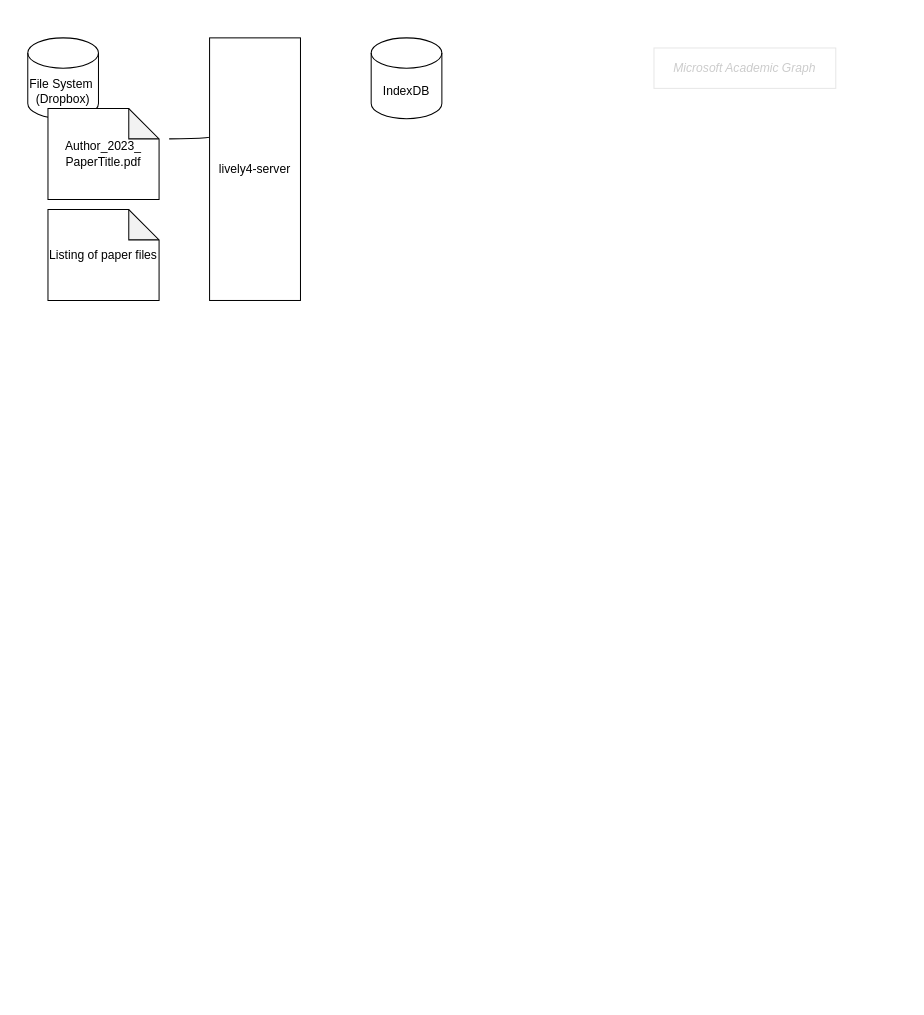
The draw.io diagram doc/literature/literature.drawio in LivelyKernel/lively4-core, before the edit. Source tidied: cells renumbered, new cells numbered last; positions are measured from the earlier drawing's top-left corner, leaving out a move shared by most shapes. Both pictures are drawn from the tidied source at 101%, with x=0, y=0 at pixel (27, 37).
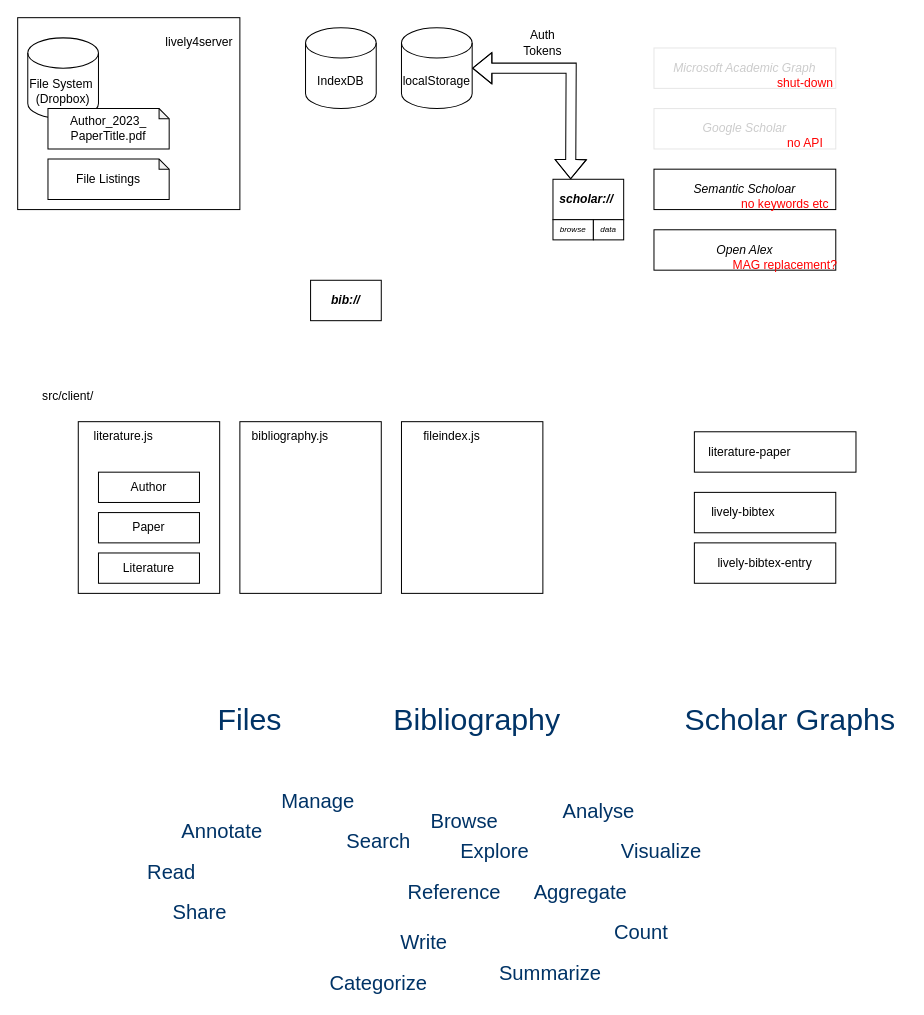
The same diagram, later.

The edit, as a diff of the source:
```diff
@@
+    <mxCell id="6" style="rounded=0;whiteSpace=wrap;html=1;" parent="1" vertex="1">
+      <mxGeometry x="-10" y="-20" width="220" height="190" as="geometry" />
+    </mxCell>
@@
-    <mxCell id="3" value="Author_2023_&lt;br&gt;PaperTitle.pdf" style="shape=note;whiteSpace=wrap;html=1;backgroundOutline=1;darkOpacity=0.05;" parent="1" vertex="1">
-      <mxGeometry x="20" y="70" width="110" height="90" as="geometry" />
+    <mxCell id="3" value="Author_2023_&lt;br&gt;PaperTitle.pdf" style="shape=note;whiteSpace=wrap;html=1;backgroundOutline=1;darkOpacity=0.05;size=10;" parent="1" vertex="1">
+      <mxGeometry x="20" y="70" width="120" height="40" as="geometry" />
     </mxCell>
-    <mxCell id="4" value="Listing of paper files" style="shape=note;whiteSpace=wrap;html=1;backgroundOutline=1;darkOpacity=0.05;" parent="1" vertex="1">
-      <mxGeometry x="20" y="170" width="110" height="90" as="geometry" />
+    <mxCell id="4" value="File Listings" style="shape=note;whiteSpace=wrap;html=1;backgroundOutline=1;darkOpacity=0.05;size=10;" parent="1" vertex="1">
+      <mxGeometry x="20" y="120" width="120" height="40" as="geometry" />
     </mxCell>
-    <mxCell id="5" style="curved=1;endArrow=classic;html=1;rounded=0;" parent="1" edge="1" target="6">
-      <mxGeometry relative="1" as="geometry">
-        <mxPoint x="140" y="100" as="sourcePoint" />
-        <Array as="points">
-          <mxPoint x="190" y="100" />
-        </Array>
-      </mxGeometry>
-    </mxCell>
-    <mxCell id="6" value="lively4-server" style="rounded=0;whiteSpace=wrap;html=1;" parent="1" vertex="1">
-      <mxGeometry x="180" width="90" height="260" as="geometry" />
-    </mxCell>
     <mxCell id="7" value="IndexDB" style="shape=cylinder3;whiteSpace=wrap;html=1;boundedLbl=1;backgroundOutline=1;size=15;" parent="1" vertex="1">
-      <mxGeometry x="340" width="70" height="80" as="geometry" />
+      <mxGeometry x="275" y="-10" width="70" height="80" as="geometry" />
     </mxCell>
@@
+    <mxCell id="9" value="lively4server" style="text;html=1;strokeColor=none;fillColor=none;align=center;verticalAlign=middle;whiteSpace=wrap;rounded=0;" parent="1" vertex="1">
+      <mxGeometry x="140" y="-10" width="60" height="30" as="geometry" />
+    </mxCell>
+    <mxCell id="10" style="rounded=0;whiteSpace=wrap;html=1;" parent="1" vertex="1">
+      <mxGeometry x="50" y="380" width="140" height="170" as="geometry" />
+    </mxCell>
+    <mxCell id="11" value="literature.js" style="text;html=1;strokeColor=none;fillColor=none;align=center;verticalAlign=middle;whiteSpace=wrap;rounded=0;" parent="1" vertex="1">
+      <mxGeometry x="50" y="380" width="90" height="30" as="geometry" />
+    </mxCell>
+    <mxCell id="12" value="Author" style="rounded=0;whiteSpace=wrap;html=1;" parent="1" vertex="1">
+      <mxGeometry x="70" y="430" width="100" height="30" as="geometry" />
+    </mxCell>
+    <mxCell id="13" value="Paper" style="rounded=0;whiteSpace=wrap;html=1;" parent="1" vertex="1">
+      <mxGeometry x="70" y="470" width="100" height="30" as="geometry" />
+    </mxCell>
+    <mxCell id="14" value="Literature" style="rounded=0;whiteSpace=wrap;html=1;" parent="1" vertex="1">
+      <mxGeometry x="70" y="510" width="100" height="30" as="geometry" />
+    </mxCell>
+    <mxCell id="15" value="&lt;i&gt;Semantic Scholoar&lt;/i&gt;" style="rounded=0;whiteSpace=wrap;html=1;strokeColor=#000000;fontColor=#000000;" parent="1" vertex="1">
+      <mxGeometry x="620" y="130" width="180" height="40" as="geometry" />
+    </mxCell>
+    <mxCell id="16" value="&lt;i&gt;Google Scholar&lt;/i&gt;" style="rounded=0;whiteSpace=wrap;html=1;strokeColor=#E6E6E6;fontColor=#CCCCCC;" parent="1" vertex="1">
+      <mxGeometry x="620" y="70" width="180" height="40" as="geometry" />
+    </mxCell>
+    <mxCell id="17" value="shut-down" style="text;html=1;strokeColor=none;fillColor=none;align=center;verticalAlign=middle;whiteSpace=wrap;rounded=0;fontColor=#FF0000;" parent="1" vertex="1">
+      <mxGeometry x="740" y="30" width="60" height="30" as="geometry" />
+    </mxCell>
+    <mxCell id="18" value="no API" style="text;html=1;strokeColor=none;fillColor=none;align=center;verticalAlign=middle;whiteSpace=wrap;rounded=0;fontColor=#FF0000;" parent="1" vertex="1">
+      <mxGeometry x="740" y="90" width="60" height="30" as="geometry" />
+    </mxCell>
+    <mxCell id="19" value="&lt;i&gt;Open Alex&lt;/i&gt;" style="rounded=0;whiteSpace=wrap;html=1;strokeColor=#000000;fontColor=#000000;" parent="1" vertex="1">
+      <mxGeometry x="620" y="190" width="180" height="40" as="geometry" />
+    </mxCell>
+    <mxCell id="20" value="MAG replacement?" style="text;html=1;strokeColor=none;fillColor=none;align=center;verticalAlign=middle;whiteSpace=wrap;rounded=0;fontColor=#FF0000;" parent="1" vertex="1">
+      <mxGeometry x="690" y="210" width="120" height="30" as="geometry" />
+    </mxCell>
+    <mxCell id="21" value="no keywords etc" style="text;html=1;strokeColor=none;fillColor=none;align=center;verticalAlign=middle;whiteSpace=wrap;rounded=0;fontColor=#FF0000;" parent="1" vertex="1">
+      <mxGeometry x="690" y="150" width="120" height="30" as="geometry" />
+    </mxCell>
+    <mxCell id="22" value="&lt;i&gt;&lt;b&gt;scholar://&lt;/b&gt;&amp;nbsp;&lt;/i&gt;" style="rounded=0;whiteSpace=wrap;html=1;strokeColor=#000000;fontColor=#000000;" parent="1" vertex="1">
+      <mxGeometry x="520" y="140" width="70" height="40" as="geometry" />
+    </mxCell>
+    <mxCell id="23" style="shape=flexArrow;endArrow=classic;startArrow=classic;html=1;rounded=0;exitX=1;exitY=0.5;exitDx=0;exitDy=0;exitPerimeter=0;entryX=0.25;entryY=0;entryDx=0;entryDy=0;" parent="1" edge="1" source="24" target="22">
+      <mxGeometry relative="1" as="geometry">
+        <Array as="points">
+          <mxPoint x="538" y="30" />
+        </Array>
+      </mxGeometry>
+    </mxCell>
+    <mxCell id="24" value="localStorage" style="shape=cylinder3;whiteSpace=wrap;html=1;boundedLbl=1;backgroundOutline=1;size=15;" parent="1" vertex="1">
+      <mxGeometry x="370" y="-10" width="70" height="80" as="geometry" />
+    </mxCell>
+    <mxCell id="25" value="Auth &lt;br&gt;Tokens" style="text;html=1;strokeColor=none;fillColor=none;align=center;verticalAlign=middle;whiteSpace=wrap;rounded=0;" parent="1" vertex="1">
+      <mxGeometry x="480" y="-10" width="60" height="30" as="geometry" />
+    </mxCell>
+    <mxCell id="26" value="&lt;i&gt;&lt;b&gt;bib://&lt;/b&gt;&lt;br&gt;&lt;/i&gt;" style="rounded=0;whiteSpace=wrap;html=1;strokeColor=#000000;fontColor=#000000;" parent="1" vertex="1">
+      <mxGeometry x="280" y="240" width="70" height="40" as="geometry" />
+    </mxCell>
+    <mxCell id="27" value="src/client/" style="text;html=1;strokeColor=none;fillColor=none;align=center;verticalAlign=middle;whiteSpace=wrap;rounded=0;" parent="1" vertex="1">
+      <mxGeometry x="10" y="340" width="60" height="30" as="geometry" />
+    </mxCell>
+    <mxCell id="28" style="rounded=0;whiteSpace=wrap;html=1;" parent="1" vertex="1">
+      <mxGeometry x="210" y="380" width="140" height="170" as="geometry" />
+    </mxCell>
+    <mxCell id="29" value="bibliography.js" style="text;html=1;strokeColor=none;fillColor=none;align=center;verticalAlign=middle;whiteSpace=wrap;rounded=0;" parent="1" vertex="1">
+      <mxGeometry x="210" y="380" width="100" height="30" as="geometry" />
+    </mxCell>
+    <mxCell id="30" style="group;" parent="1" vertex="1">
+      <mxGeometry x="660" y="390" width="160" height="40" as="geometry" />
+    </mxCell>
+    <mxCell id="31" style="rounded=0;whiteSpace=wrap;html=1;" parent="30" vertex="1">
+      <mxGeometry width="160" height="40" as="geometry" />
+    </mxCell>
+    <mxCell id="32" value="literature-paper" style="text;html=1;strokeColor=none;fillColor=none;align=center;verticalAlign=middle;whiteSpace=wrap;rounded=0;" parent="30" vertex="1">
+      <mxGeometry x="10" y="10" width="90" height="20" as="geometry" />
+    </mxCell>
+    <mxCell id="33" style="group;" parent="1" vertex="1">
+      <mxGeometry x="660" y="450" width="140" height="40" as="geometry" />
+    </mxCell>
+    <mxCell id="34" style="rounded=0;whiteSpace=wrap;html=1;" parent="33" vertex="1">
+      <mxGeometry width="140" height="40" as="geometry" />
+    </mxCell>
+    <mxCell id="35" value="lively-bibtex" style="text;html=1;strokeColor=none;fillColor=none;align=center;verticalAlign=middle;whiteSpace=wrap;rounded=0;" parent="33" vertex="1">
+      <mxGeometry x="8.8" y="10" width="78.8" height="20" as="geometry" />
+    </mxCell>
+    <mxCell id="36" value="&lt;i style=&quot;font-size: 8px;&quot;&gt;browse&lt;/i&gt;" style="rounded=0;whiteSpace=wrap;html=1;strokeColor=#000000;fontColor=#000000;fontSize=8;" parent="1" vertex="1">
+      <mxGeometry x="520" y="180" width="40" height="20" as="geometry" />
+    </mxCell>
+    <mxCell id="37" value="&lt;i style=&quot;font-size: 8px;&quot;&gt;data&lt;/i&gt;" style="rounded=0;whiteSpace=wrap;html=1;strokeColor=#000000;fontColor=#000000;fontSize=8;" parent="1" vertex="1">
+      <mxGeometry x="560" y="180" width="30" height="20" as="geometry" />
+    </mxCell>
+    <mxCell id="38" style="group;" parent="1" vertex="1">
+      <mxGeometry x="660" y="500" width="140" height="40" as="geometry" />
+    </mxCell>
+    <mxCell id="39" style="rounded=0;whiteSpace=wrap;html=1;" parent="38" vertex="1">
+      <mxGeometry width="140" height="40" as="geometry" />
+    </mxCell>
+    <mxCell id="40" value="lively-bibtex-entry" style="text;html=1;strokeColor=none;fillColor=none;align=center;verticalAlign=middle;whiteSpace=wrap;rounded=0;" parent="38" vertex="1">
+      <mxGeometry y="10" width="140" height="20" as="geometry" />
+    </mxCell>
+    <mxCell id="41" style="rounded=0;whiteSpace=wrap;html=1;" parent="1" vertex="1">
+      <mxGeometry x="370" y="380" width="140" height="170" as="geometry" />
+    </mxCell>
+    <mxCell id="42" value="fileindex.js" style="text;html=1;strokeColor=none;fillColor=none;align=center;verticalAlign=middle;whiteSpace=wrap;rounded=0;" parent="1" vertex="1">
+      <mxGeometry x="370" y="380" width="100" height="30" as="geometry" />
+    </mxCell>
+    <mxCell id="43" value="&lt;span style=&quot;font-size: 30px; font-weight: normal;&quot;&gt;Files&lt;/span&gt;" style="text;html=1;strokeColor=none;fillColor=none;align=center;verticalAlign=middle;whiteSpace=wrap;rounded=0;fontSize=30;fontStyle=1;fontColor=#003366;" parent="1" vertex="1">
+      <mxGeometry x="190" y="660" width="60" height="30" as="geometry" />
+    </mxCell>
+    <mxCell id="44" value="&lt;span style=&quot;font-size: 30px; font-weight: normal;&quot;&gt;Bibliography&lt;/span&gt;" style="text;html=1;strokeColor=none;fillColor=none;align=center;verticalAlign=middle;whiteSpace=wrap;rounded=0;fontSize=30;fontStyle=1;fontColor=#003366;" parent="1" vertex="1">
+      <mxGeometry x="360" y="660" width="170" height="30" as="geometry" />
+    </mxCell>
+    <mxCell id="45" value="&lt;span style=&quot;font-size: 30px; font-weight: normal;&quot;&gt;Scholar Graphs&lt;/span&gt;" style="text;html=1;strokeColor=none;fillColor=none;align=center;verticalAlign=middle;whiteSpace=wrap;rounded=0;fontSize=30;fontStyle=1;fontColor=#003366;" parent="1" vertex="1">
+      <mxGeometry x="640" y="660" width="230" height="30" as="geometry" />
+    </mxCell>
+    <mxCell id="46" value="&lt;span style=&quot;font-size: 20px; font-weight: normal;&quot;&gt;Browse&lt;/span&gt;" style="text;html=1;strokeColor=none;fillColor=none;align=center;verticalAlign=middle;whiteSpace=wrap;rounded=0;fontSize=20;fontStyle=1;fontColor=#003366;" parent="1" vertex="1">
+      <mxGeometry x="385" y="760" width="95" height="30" as="geometry" />
+    </mxCell>
+    <mxCell id="47" value="&lt;span style=&quot;font-size: 20px; font-weight: normal;&quot;&gt;Explore&lt;/span&gt;" style="text;html=1;strokeColor=none;fillColor=none;align=center;verticalAlign=middle;whiteSpace=wrap;rounded=0;fontSize=20;fontStyle=1;fontColor=#003366;" parent="1" vertex="1">
+      <mxGeometry x="415" y="790" width="95" height="30" as="geometry" />
+    </mxCell>
+    <mxCell id="48" value="&lt;span style=&quot;font-size: 20px; font-weight: normal;&quot;&gt;Analyse&lt;/span&gt;" style="text;html=1;strokeColor=none;fillColor=none;align=center;verticalAlign=middle;whiteSpace=wrap;rounded=0;fontSize=20;fontStyle=1;fontColor=#003366;" parent="1" vertex="1">
+      <mxGeometry x="517.5" y="750" width="95" height="30" as="geometry" />
+    </mxCell>
+    <mxCell id="49" value="&lt;span style=&quot;font-size: 20px; font-weight: normal;&quot;&gt;Visualize&lt;/span&gt;" style="text;html=1;strokeColor=none;fillColor=none;align=center;verticalAlign=middle;whiteSpace=wrap;rounded=0;fontSize=20;fontStyle=1;fontColor=#003366;" parent="1" vertex="1">
+      <mxGeometry x="580" y="790" width="95" height="30" as="geometry" />
+    </mxCell>
+    <mxCell id="50" value="&lt;span style=&quot;font-size: 20px; font-weight: normal;&quot;&gt;Aggregate&lt;/span&gt;" style="text;html=1;strokeColor=none;fillColor=none;align=center;verticalAlign=middle;whiteSpace=wrap;rounded=0;fontSize=20;fontStyle=1;fontColor=#003366;" parent="1" vertex="1">
+      <mxGeometry x="500" y="830" width="95" height="30" as="geometry" />
+    </mxCell>
+    <mxCell id="51" value="&lt;span style=&quot;font-size: 20px; font-weight: normal;&quot;&gt;Reference&lt;/span&gt;" style="text;html=1;strokeColor=none;fillColor=none;align=center;verticalAlign=middle;whiteSpace=wrap;rounded=0;fontSize=20;fontStyle=1;fontColor=#003366;" parent="1" vertex="1">
+      <mxGeometry x="375" y="830" width="95" height="30" as="geometry" />
+    </mxCell>
+    <mxCell id="52" value="&lt;span style=&quot;font-size: 20px; font-weight: normal;&quot;&gt;Search&lt;/span&gt;" style="text;html=1;strokeColor=none;fillColor=none;align=center;verticalAlign=middle;whiteSpace=wrap;rounded=0;fontSize=20;fontStyle=1;fontColor=#003366;" parent="1" vertex="1">
+      <mxGeometry x="300" y="780" width="95" height="30" as="geometry" />
+    </mxCell>
+    <mxCell id="53" value="&lt;span style=&quot;font-size: 20px; font-weight: normal;&quot;&gt;Manage&lt;/span&gt;" style="text;html=1;strokeColor=none;fillColor=none;align=center;verticalAlign=middle;whiteSpace=wrap;rounded=0;fontSize=20;fontStyle=1;fontColor=#003366;" parent="1" vertex="1">
+      <mxGeometry x="240" y="740" width="95" height="30" as="geometry" />
+    </mxCell>
+    <mxCell id="54" value="&lt;span style=&quot;font-size: 20px; font-weight: normal;&quot;&gt;Read&lt;/span&gt;" style="text;html=1;strokeColor=none;fillColor=none;align=center;verticalAlign=middle;whiteSpace=wrap;rounded=0;fontSize=20;fontStyle=1;fontColor=#003366;" parent="1" vertex="1">
+      <mxGeometry x="95" y="810" width="95" height="30" as="geometry" />
+    </mxCell>
+    <mxCell id="55" value="&lt;span style=&quot;font-size: 20px; font-weight: normal;&quot;&gt;Annotate&lt;/span&gt;" style="text;html=1;strokeColor=none;fillColor=none;align=center;verticalAlign=middle;whiteSpace=wrap;rounded=0;fontSize=20;fontStyle=1;fontColor=#003366;" parent="1" vertex="1">
+      <mxGeometry x="145" y="770" width="95" height="30" as="geometry" />
+    </mxCell>
+    <mxCell id="56" value="&lt;span style=&quot;font-size: 20px; font-weight: normal;&quot;&gt;Share&lt;/span&gt;" style="text;html=1;strokeColor=none;fillColor=none;align=center;verticalAlign=middle;whiteSpace=wrap;rounded=0;fontSize=20;fontStyle=1;fontColor=#003366;" parent="1" vertex="1">
+      <mxGeometry x="122.5" y="850" width="95" height="30" as="geometry" />
+    </mxCell>
+    <mxCell id="57" value="&lt;span style=&quot;font-size: 20px; font-weight: normal;&quot;&gt;Write&lt;/span&gt;" style="text;html=1;strokeColor=none;fillColor=none;align=center;verticalAlign=middle;whiteSpace=wrap;rounded=0;fontSize=20;fontStyle=1;fontColor=#003366;" parent="1" vertex="1">
+      <mxGeometry x="345" y="880" width="95" height="30" as="geometry" />
+    </mxCell>
+    <mxCell id="58" value="&lt;span style=&quot;font-weight: 400;&quot;&gt;Count&lt;/span&gt;" style="text;html=1;strokeColor=none;fillColor=none;align=center;verticalAlign=middle;whiteSpace=wrap;rounded=0;fontSize=20;fontStyle=1;fontColor=#003366;" parent="1" vertex="1">
+      <mxGeometry x="560" y="870" width="95" height="30" as="geometry" />
+    </mxCell>
+    <mxCell id="59" value="&lt;span style=&quot;font-weight: 400;&quot;&gt;Categorize&lt;/span&gt;" style="text;html=1;strokeColor=none;fillColor=none;align=center;verticalAlign=middle;whiteSpace=wrap;rounded=0;fontSize=20;fontStyle=1;fontColor=#003366;" parent="1" vertex="1">
+      <mxGeometry x="300" y="920" width="95" height="30" as="geometry" />
+    </mxCell>
+    <mxCell id="60" value="&lt;span style=&quot;font-weight: 400;&quot;&gt;Summarize&lt;/span&gt;" style="text;html=1;strokeColor=none;fillColor=none;align=center;verticalAlign=middle;whiteSpace=wrap;rounded=0;fontSize=20;fontStyle=1;fontColor=#003366;" parent="1" vertex="1">
+      <mxGeometry x="470" y="910" width="95" height="30" as="geometry" />
+    </mxCell>
```
